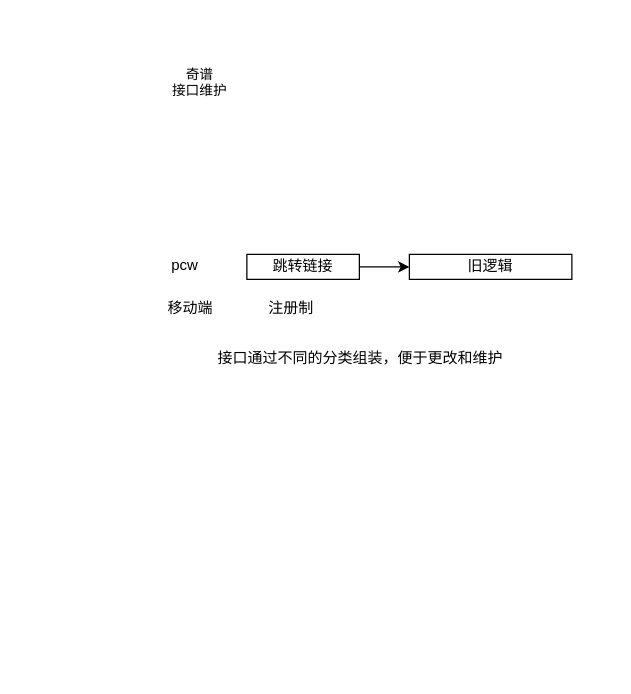
Above: Untitled Diagram.drawio in kongkongo0/git-tips (draw.io), before the change. Source tidied: cells renumbered, new cells numbered last; positions are measured from the earlier drawing's top-left corner, leaving out a move shared by most shapes. Both pictures are drawn from the tidied source at 125%, with x=0, y=0 at pixel (28, 20).
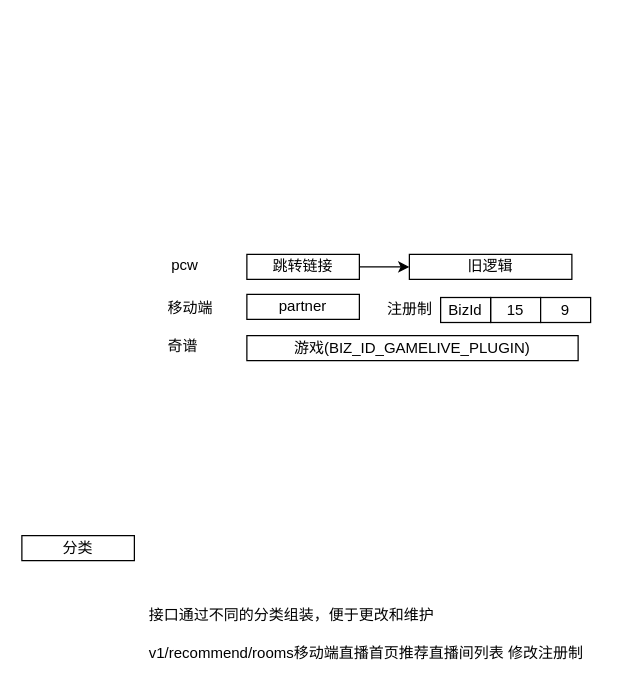
After the change.

Diff of the diagram source:
```diff
@@
 <mxGraphModel>
   <root>
     <mxCell id="0" />
     <mxCell id="1" parent="0" />
-    <mxCell id="2" value="奇谱&lt;br&gt;&#9;&#9;接口维护&lt;br&gt;&lt;br&gt;" style="html=1;whiteSpace=wrap;fontSize=11;fontColor=#000000;spacing=5;strokeColor=none;fillOpacity=0;fillColor=#ffffff;strokeWidth=0;" parent="1" vertex="1">
-      <mxGeometry y="0.5" width="275" height="111" as="geometry" />
-    </mxCell>
     <mxCell id="3" value="注册制" style="text;html=1;align=center;" parent="1" vertex="1">
-      <mxGeometry x="180" y="216" width="60" height="30" as="geometry" />
+      <mxGeometry x="275" y="216.5" width="60" height="30" as="geometry" />
     </mxCell>
     <mxCell id="4" style="edgeStyle=orthogonalEdgeStyle;rounded=0;jettySize=auto;html=1;exitX=1;exitY=0.5;exitDx=0;exitDy=0;" parent="1" edge="1" source="5" target="6">
       <mxGeometry relative="1" as="geometry" />
     </mxCell>
     <mxCell id="5" value="&lt;span&gt;跳转链接&lt;/span&gt;" style="rounded=0;whiteSpace=wrap;html=1;align=center;" parent="1" vertex="1">
       <mxGeometry x="175" y="187" width="90" height="20" as="geometry" />
     </mxCell>
     <mxCell id="6" value="&lt;span&gt;旧逻辑&lt;/span&gt;" style="rounded=0;whiteSpace=wrap;html=1;align=center;" parent="1" vertex="1">
       <mxGeometry x="305" y="187" width="130" height="20" as="geometry" />
     </mxCell>
     <mxCell id="7" value="接口通过不同的分类组装，便于更改和维护" style="text;html=1;" parent="1" vertex="1">
-      <mxGeometry x="150" y="256" width="300" height="30" as="geometry" />
+      <mxGeometry x="95" y="462" width="300" height="30" as="geometry" />
     </mxCell>
     <mxCell id="8" value="pcw" style="text;html=1;" parent="1" vertex="1">
       <mxGeometry x="112.5" y="182" width="50" height="30" as="geometry" />
     </mxCell>
     <mxCell id="9" value="移动端" style="text;html=1;" parent="1" vertex="1">
       <mxGeometry x="110" y="216" width="60" height="30" as="geometry" />
     </mxCell>
+    <mxCell id="10" value="v1/recommend/rooms移动端直播首页推荐直播间列表 修改注册制" style="text;html=1;" parent="1" vertex="1">
+      <mxGeometry x="95" y="492" width="370" height="30" as="geometry" />
+    </mxCell>
+    <mxCell id="11" value="&lt;span&gt;partner&lt;br&gt;&lt;/span&gt;" style="rounded=0;whiteSpace=wrap;html=1;align=center;" parent="1" vertex="1">
+      <mxGeometry x="175" y="219" width="90" height="20" as="geometry" />
+    </mxCell>
+    <mxCell id="12" value="&lt;span&gt;15&lt;br&gt;&lt;/span&gt;" style="rounded=0;whiteSpace=wrap;html=1;align=center;" parent="1" vertex="1">
+      <mxGeometry x="370" y="221.5" width="40" height="20" as="geometry" />
+    </mxCell>
+    <mxCell id="13" value="&lt;span&gt;9&lt;br&gt;&lt;/span&gt;" style="rounded=0;whiteSpace=wrap;html=1;align=center;" parent="1" vertex="1">
+      <mxGeometry x="410" y="221.5" width="40" height="20" as="geometry" />
+    </mxCell>
+    <mxCell id="14" value="&lt;span&gt;BizId&lt;br&gt;&lt;/span&gt;" style="rounded=0;whiteSpace=wrap;html=1;align=center;" parent="1" vertex="1">
+      <mxGeometry x="330" y="221.5" width="40" height="20" as="geometry" />
+    </mxCell>
+    <mxCell id="15" value="&lt;span&gt;分类&lt;br&gt;&lt;/span&gt;" style="rounded=0;whiteSpace=wrap;html=1;align=center;" parent="1" vertex="1">
+      <mxGeometry x="-5" y="412" width="90" height="20" as="geometry" />
+    </mxCell>
+    <mxCell id="16" value="奇谱" style="text;html=1;" parent="1" vertex="1">
+      <mxGeometry x="110" y="246.5" width="50" height="30" as="geometry" />
+    </mxCell>
+    <mxCell id="17" value="&lt;span&gt;游戏(&lt;/span&gt;&lt;span&gt;BIZ_ID_GAMELIVE_PLUGIN&lt;/span&gt;&lt;span&gt;)&lt;br&gt;&lt;/span&gt;" style="rounded=0;whiteSpace=wrap;html=1;align=center;" parent="1" vertex="1">
+      <mxGeometry x="175" y="252" width="265" height="20" as="geometry" />
+    </mxCell>
   </root>
 </mxGraphModel>
```
